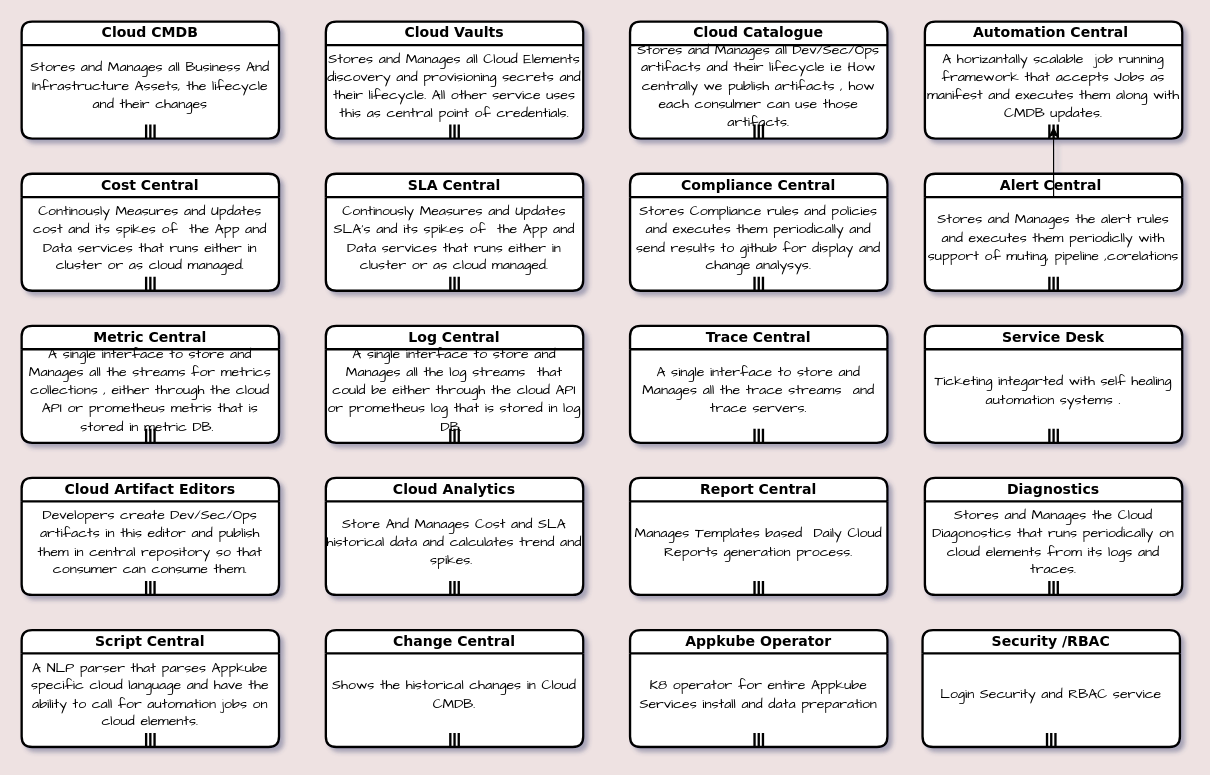
Earlier version of the draw.io diagram page "modules" (2 of 7) of LayeredArchitecture.drawio (ptrsoft/ptr-architectures-doc). Source tidied: cells renumbered, new cells numbered last; positions are measured from the earlier drawing's top-left corner, leaving out a move shared by most shapes. Both pictures are drawn from the tidied source at 117%, with x=0, y=0 at pixel (21, 21).
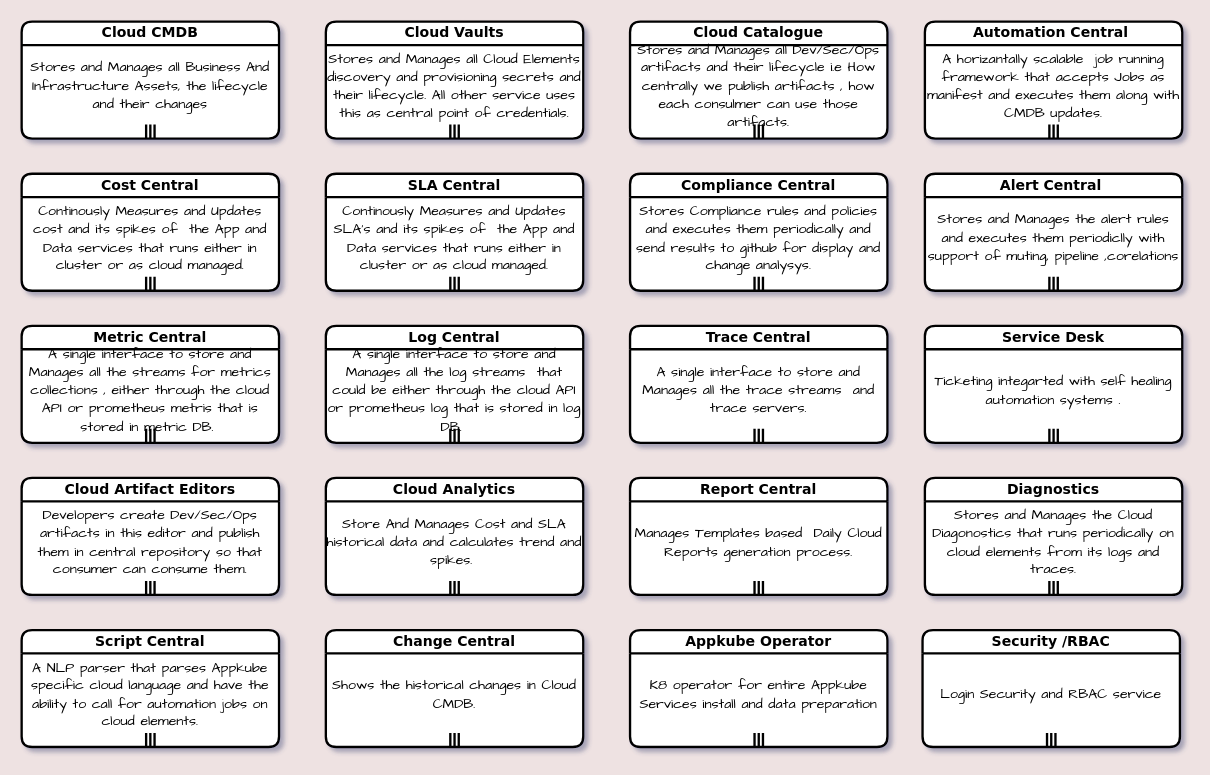
After the change.

The change refers to these unchanged cells:
```xml
<mxCell id="13" value="&lt;font face=&quot;Comic Sans MS&quot;&gt;A horizantally scalable&amp;nbsp; job running framework that accepts Jobs as manifest and executes them along with CMDB updates.&lt;/font&gt;" style="text;strokeColor=none;align=center;fillColor=none;html=1;verticalAlign=middle;whiteSpace=wrap;rounded=1;" parent="11" vertex="1">
  <mxGeometry y="20" width="220" height="70" as="geometry" />
</mxCell>
<mxCell id="16" value="&lt;font face=&quot;Comic Sans MS&quot;&gt;Stores and Manages the alert rules and executes them periodiclly with support of muting, pipeline ,corelations&lt;/font&gt;" style="text;strokeColor=none;align=center;fillColor=none;html=1;verticalAlign=middle;whiteSpace=wrap;rounded=1;" parent="14" vertex="1">
  <mxGeometry y="20" width="220" height="70" as="geometry" />
</mxCell>
```

The edit, as a diff of the source:
```diff
@@
-    <mxCell id="62" style="edgeStyle=none;html=1;fontFamily=Verdana;" parent="1" edge="1" source="16" target="13">
-      <mxGeometry relative="1" as="geometry" />
-    </mxCell>
```
